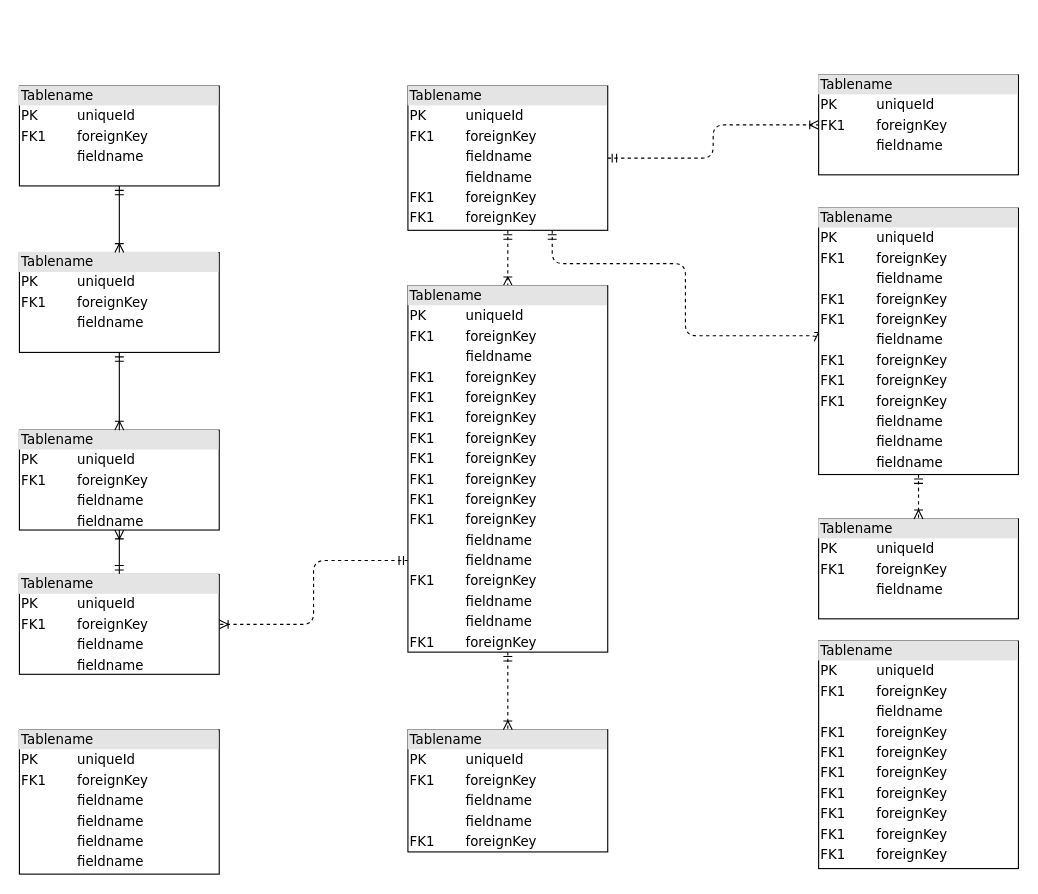
The draw.io diagram Untitled Diagram.drawio in Spirit412/crm_pprint, before the edit. Source tidied: cells renumbered, new cells numbered last; positions are measured from the earlier drawing's top-left corner, leaving out a move shared by most shapes. Both pictures are drawn from the tidied source at 111%, with x=0, y=0 at pixel (19, 74).
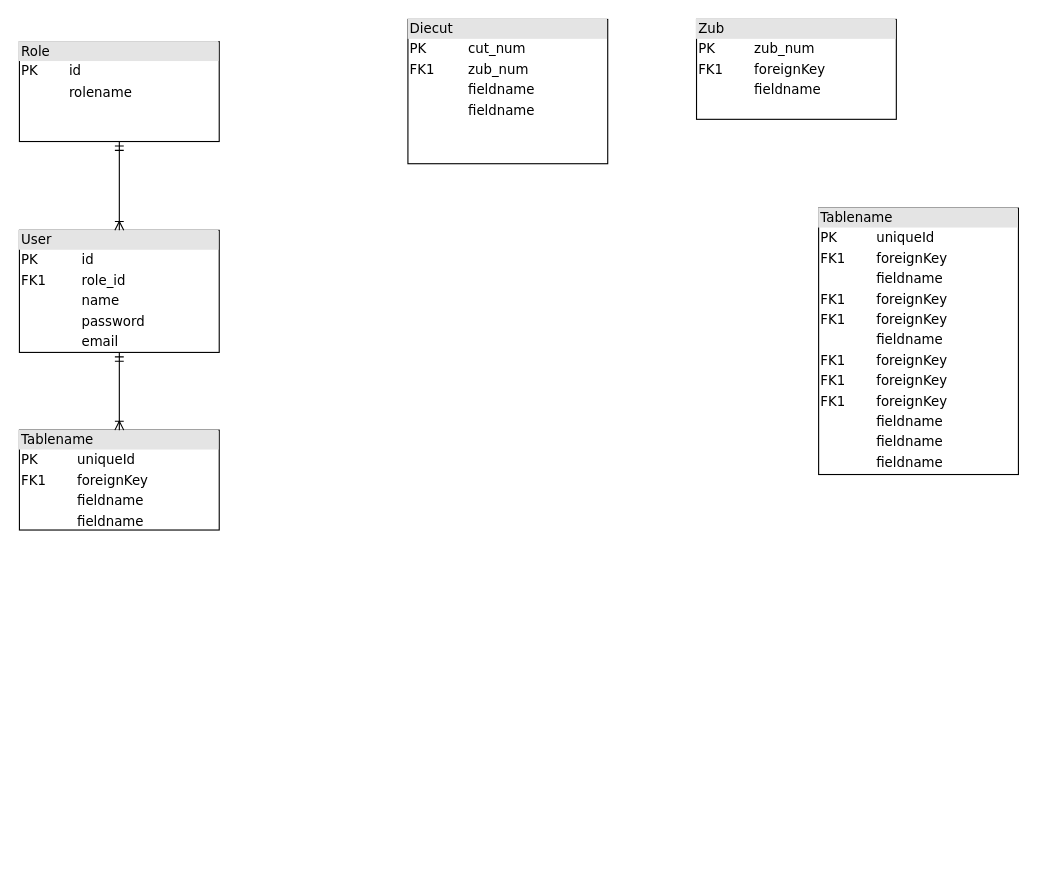
Above is the later version.

The change refers to these unchanged cells:
```xml
<mxCell id="10" value="&lt;div style=&quot;box-sizing: border-box ; width: 100% ; background: #e4e4e4 ; padding: 2px&quot;&gt;Tablename&lt;/div&gt;&lt;table style=&quot;width: 100% ; font-size: 1em&quot; cellpadding=&quot;2&quot; cellspacing=&quot;0&quot;&gt;&lt;tbody&gt;&lt;tr&gt;&lt;td&gt;PK&lt;/td&gt;&lt;td&gt;uniqueId&lt;/td&gt;&lt;/tr&gt;&lt;tr&gt;&lt;td&gt;FK1&lt;/td&gt;&lt;td&gt;foreignKey&lt;/td&gt;&lt;/tr&gt;&lt;tr&gt;&lt;td&gt;&lt;/td&gt;&lt;td&gt;fieldname&lt;/td&gt;&lt;/tr&gt;&lt;tr&gt;&lt;td&gt;&lt;br&gt;&lt;/td&gt;&lt;td&gt;fieldname&lt;br&gt;&lt;/td&gt;&lt;/tr&gt;&lt;/tbody&gt;&lt;/table&gt;" style="verticalAlign=top;align=left;overflow=fill;html=1;rounded=0;shadow=0;comic=0;labelBackgroundColor=none;strokeWidth=1;fontFamily=Verdana;fontSize=12;" parent="1" vertex="1">
  <mxGeometry y="320" width="180" height="90" as="geometry" />
</mxCell>
<mxCell id="19" value="&lt;div style=&quot;box-sizing: border-box ; width: 100% ; background: #e4e4e4 ; padding: 2px&quot;&gt;Tablename&lt;/div&gt;&lt;table style=&quot;width: 100% ; font-size: 1em&quot; cellpadding=&quot;2&quot; cellspacing=&quot;0&quot;&gt;&lt;tbody&gt;&lt;tr&gt;&lt;td&gt;PK&lt;/td&gt;&lt;td&gt;uniqueId&lt;/td&gt;&lt;/tr&gt;&lt;tr&gt;&lt;td&gt;FK1&lt;/td&gt;&lt;td&gt;foreignKey&lt;/td&gt;&lt;/tr&gt;&lt;tr&gt;&lt;td&gt;&lt;/td&gt;&lt;td&gt;fieldname&lt;/td&gt;&lt;/tr&gt;&lt;tr&gt;&lt;td&gt;FK1&lt;br&gt;&lt;/td&gt;&lt;td&gt;foreignKey&lt;br&gt;&lt;/td&gt;&lt;/tr&gt;&lt;tr&gt;&lt;td&gt;FK1&lt;br&gt;&lt;/td&gt;&lt;td&gt;foreignKey&lt;br&gt;&lt;/td&gt;&lt;/tr&gt;&lt;tr&gt;&lt;td&gt;&lt;br&gt;&lt;/td&gt;&lt;td&gt;fieldname&lt;br&gt;&lt;/td&gt;&lt;/tr&gt;&lt;tr&gt;&lt;td&gt;FK1&lt;br&gt;&lt;/td&gt;&lt;td&gt;foreignKey&lt;br&gt;&lt;/td&gt;&lt;/tr&gt;&lt;tr&gt;&lt;td&gt;FK1&lt;br&gt;&lt;/td&gt;&lt;td&gt;foreignKey&lt;br&gt;&lt;/td&gt;&lt;/tr&gt;&lt;tr&gt;&lt;td&gt;FK1&lt;br&gt;&lt;/td&gt;&lt;td&gt;foreignKey&lt;br&gt;&lt;/td&gt;&lt;/tr&gt;&lt;tr&gt;&lt;td&gt;&lt;br&gt;&lt;/td&gt;&lt;td&gt;fieldname&lt;br&gt;&lt;/td&gt;&lt;/tr&gt;&lt;tr&gt;&lt;td&gt;&lt;br&gt;&lt;/td&gt;&lt;td&gt;fieldname&lt;br&gt;&lt;/td&gt;&lt;/tr&gt;&lt;tr&gt;&lt;td&gt;&lt;br&gt;&lt;/td&gt;&lt;td&gt;fieldname&lt;br&gt;&lt;/td&gt;&lt;/tr&gt;&lt;/tbody&gt;&lt;/table&gt;" style="verticalAlign=top;align=left;overflow=fill;html=1;rounded=0;shadow=0;comic=0;labelBackgroundColor=none;strokeWidth=1;fontFamily=Verdana;fontSize=12;" parent="1" vertex="1">
  <mxGeometry x="720" y="120" width="180" height="240" as="geometry" />
</mxCell>
```

What changed in the source:
```diff
@@
-    <mxCell id="2" value="&lt;div style=&quot;box-sizing:border-box;width:100%;background:#e4e4e4;padding:2px;&quot;&gt;Tablename&lt;/div&gt;&lt;table style=&quot;width:100%;font-size:1em;&quot; cellpadding=&quot;2&quot; cellspacing=&quot;0&quot;&gt;&lt;tr&gt;&lt;td&gt;PK&lt;/td&gt;&lt;td&gt;uniqueId&lt;/td&gt;&lt;/tr&gt;&lt;tr&gt;&lt;td&gt;FK1&lt;/td&gt;&lt;td&gt;foreignKey&lt;/td&gt;&lt;/tr&gt;&lt;tr&gt;&lt;td&gt;&lt;/td&gt;&lt;td&gt;fieldname&lt;/td&gt;&lt;/tr&gt;&lt;/table&gt;" style="verticalAlign=top;align=left;overflow=fill;html=1;rounded=0;shadow=0;comic=0;labelBackgroundColor=none;strokeWidth=1;fontFamily=Verdana;fontSize=12;" parent="1" vertex="1">
-      <mxGeometry y="10" width="180" height="90" as="geometry" />
+    <mxCell id="2" value="&lt;div style=&quot;box-sizing: border-box ; width: 100% ; background: #e4e4e4 ; padding: 2px&quot;&gt;Role&lt;/div&gt;&lt;table style=&quot;width: 100% ; font-size: 1em&quot; cellpadding=&quot;2&quot; cellspacing=&quot;0&quot;&gt;&lt;tbody&gt;&lt;tr&gt;&lt;td&gt;PK&lt;/td&gt;&lt;td&gt;id&lt;/td&gt;&lt;/tr&gt;&lt;tr&gt;&lt;td&gt;&lt;/td&gt;&lt;td&gt;rolename&lt;/td&gt;&lt;/tr&gt;&lt;/tbody&gt;&lt;/table&gt;" style="verticalAlign=top;align=left;overflow=fill;html=1;rounded=0;shadow=0;comic=0;labelBackgroundColor=none;strokeWidth=1;fontFamily=Verdana;fontSize=12;" parent="1" vertex="1">
+      <mxGeometry y="-30" width="180" height="90" as="geometry" />
     </mxCell>
-    <mxCell id="3" style="edgeStyle=orthogonalEdgeStyle;html=1;entryX=0.5;entryY=0;dashed=1;labelBackgroundColor=none;startArrow=ERmandOne;endArrow=ERoneToMany;fontFamily=Verdana;fontSize=12;align=left;" parent="1" edge="1" source="6" target="16">
-      <mxGeometry relative="1" as="geometry" />
-    </mxCell>
-    <mxCell id="4" style="edgeStyle=orthogonalEdgeStyle;html=1;dashed=1;labelBackgroundColor=none;startArrow=ERmandOne;endArrow=ERoneToMany;fontFamily=Verdana;fontSize=12;align=left;entryX=0;entryY=0.5;" parent="1" edge="1" source="6" target="19">
-      <mxGeometry relative="1" as="geometry">
-        <Array as="points">
-          <mxPoint x="480" y="170" />
-          <mxPoint x="600" y="170" />
-          <mxPoint x="600" y="235" />
-        </Array>
-      </mxGeometry>
-    </mxCell>
-    <mxCell id="5" style="edgeStyle=orthogonalEdgeStyle;html=1;dashed=1;labelBackgroundColor=none;startArrow=ERmandOne;endArrow=ERoneToMany;fontFamily=Verdana;fontSize=12;align=left;" parent="1" edge="1" source="6" target="20">
-      <mxGeometry relative="1" as="geometry" />
-    </mxCell>
-    <mxCell id="6" value="&lt;div style=&quot;box-sizing: border-box ; width: 100% ; background: #e4e4e4 ; padding: 2px&quot;&gt;Tablename&lt;/div&gt;&lt;table style=&quot;width: 100% ; font-size: 1em&quot; cellpadding=&quot;2&quot; cellspacing=&quot;0&quot;&gt;&lt;tbody&gt;&lt;tr&gt;&lt;td&gt;PK&lt;/td&gt;&lt;td&gt;uniqueId&lt;/td&gt;&lt;/tr&gt;&lt;tr&gt;&lt;td&gt;FK1&lt;/td&gt;&lt;td&gt;foreignKey&lt;/td&gt;&lt;/tr&gt;&lt;tr&gt;&lt;td&gt;&lt;/td&gt;&lt;td&gt;fieldname&lt;/td&gt;&lt;/tr&gt;&lt;tr&gt;&lt;td&gt;&lt;br&gt;&lt;/td&gt;&lt;td&gt;fieldname&lt;br&gt;&lt;/td&gt;&lt;/tr&gt;&lt;tr&gt;&lt;td&gt;FK1&lt;br&gt;&lt;/td&gt;&lt;td&gt;foreignKey&lt;br&gt;&lt;/td&gt;&lt;/tr&gt;&lt;tr&gt;&lt;td&gt;FK1&lt;br&gt;&lt;/td&gt;&lt;td&gt;foreignKey&lt;br&gt;&lt;/td&gt;&lt;/tr&gt;&lt;/tbody&gt;&lt;/table&gt;" style="verticalAlign=top;align=left;overflow=fill;html=1;rounded=0;shadow=0;comic=0;labelBackgroundColor=none;strokeWidth=1;fontFamily=Verdana;fontSize=12;" parent="1" vertex="1">
-      <mxGeometry x="350" y="10" width="180" height="130" as="geometry" />
+    <mxCell id="6" value="&lt;div style=&quot;box-sizing: border-box ; width: 100% ; background: #e4e4e4 ; padding: 2px&quot;&gt;Diecut&lt;/div&gt;&lt;table style=&quot;width: 100% ; font-size: 1em&quot; cellpadding=&quot;2&quot; cellspacing=&quot;0&quot;&gt;&lt;tbody&gt;&lt;tr&gt;&lt;td&gt;PK&lt;/td&gt;&lt;td&gt;cut_num&lt;/td&gt;&lt;/tr&gt;&lt;tr&gt;&lt;td&gt;FK1&lt;/td&gt;&lt;td&gt;zub_num&lt;/td&gt;&lt;/tr&gt;&lt;tr&gt;&lt;td&gt;&lt;/td&gt;&lt;td&gt;fieldname&lt;/td&gt;&lt;/tr&gt;&lt;tr&gt;&lt;td&gt;&lt;br&gt;&lt;/td&gt;&lt;td&gt;fieldname&lt;br&gt;&lt;/td&gt;&lt;/tr&gt;&lt;tr&gt;&lt;td&gt;&lt;br&gt;&lt;/td&gt;&lt;td&gt;&lt;br&gt;&lt;/td&gt;&lt;/tr&gt;&lt;tr&gt;&lt;td&gt;&lt;br&gt;&lt;/td&gt;&lt;td&gt;&lt;br&gt;&lt;/td&gt;&lt;/tr&gt;&lt;/tbody&gt;&lt;/table&gt;" style="verticalAlign=top;align=left;overflow=fill;html=1;rounded=0;shadow=0;comic=0;labelBackgroundColor=none;strokeWidth=1;fontFamily=Verdana;fontSize=12;" parent="1" vertex="1">
+      <mxGeometry x="350" y="-50" width="180" height="130" as="geometry" />
     </mxCell>
-    <mxCell id="7" style="edgeStyle=orthogonalEdgeStyle;html=1;labelBackgroundColor=none;startArrow=ERmandOne;endArrow=ERoneToMany;fontFamily=Verdana;fontSize=12;align=left;" parent="1" edge="1" source="9" target="10">
-      <mxGeometry relative="1" as="geometry" />
-    </mxCell>
-    <mxCell id="8" style="edgeStyle=orthogonalEdgeStyle;html=1;exitX=0;exitY=0.75;entryX=1;entryY=0.5;dashed=1;labelBackgroundColor=none;startArrow=ERmandOne;endArrow=ERoneToMany;fontFamily=Verdana;fontSize=12;align=left;" parent="1" edge="1" source="16" target="9">
-      <mxGeometry relative="1" as="geometry" />
-    </mxCell>
-    <mxCell id="9" value="&lt;div style=&quot;box-sizing: border-box ; width: 100% ; background: #e4e4e4 ; padding: 2px&quot;&gt;Tablename&lt;/div&gt;&lt;table style=&quot;width: 100% ; font-size: 1em&quot; cellpadding=&quot;2&quot; cellspacing=&quot;0&quot;&gt;&lt;tbody&gt;&lt;tr&gt;&lt;td&gt;PK&lt;/td&gt;&lt;td&gt;uniqueId&lt;/td&gt;&lt;/tr&gt;&lt;tr&gt;&lt;td&gt;FK1&lt;/td&gt;&lt;td&gt;foreignKey&lt;/td&gt;&lt;/tr&gt;&lt;tr&gt;&lt;td&gt;&lt;/td&gt;&lt;td&gt;fieldname&lt;/td&gt;&lt;/tr&gt;&lt;tr&gt;&lt;td&gt;&lt;br&gt;&lt;/td&gt;&lt;td&gt;fieldname&lt;br&gt;&lt;/td&gt;&lt;/tr&gt;&lt;/tbody&gt;&lt;/table&gt;" style="verticalAlign=top;align=left;overflow=fill;html=1;rounded=0;shadow=0;comic=0;labelBackgroundColor=none;strokeWidth=1;fontFamily=Verdana;fontSize=12;" parent="1" vertex="1">
-      <mxGeometry y="450" width="180" height="90" as="geometry" />
-    </mxCell>
@@
-    <mxCell id="12" value="&lt;div style=&quot;box-sizing:border-box;width:100%;background:#e4e4e4;padding:2px;&quot;&gt;Tablename&lt;/div&gt;&lt;table style=&quot;width:100%;font-size:1em;&quot; cellpadding=&quot;2&quot; cellspacing=&quot;0&quot;&gt;&lt;tr&gt;&lt;td&gt;PK&lt;/td&gt;&lt;td&gt;uniqueId&lt;/td&gt;&lt;/tr&gt;&lt;tr&gt;&lt;td&gt;FK1&lt;/td&gt;&lt;td&gt;foreignKey&lt;/td&gt;&lt;/tr&gt;&lt;tr&gt;&lt;td&gt;&lt;/td&gt;&lt;td&gt;fieldname&lt;/td&gt;&lt;/tr&gt;&lt;/table&gt;" style="verticalAlign=top;align=left;overflow=fill;html=1;rounded=0;shadow=0;comic=0;labelBackgroundColor=none;strokeWidth=1;fontFamily=Verdana;fontSize=12;" parent="1" vertex="1">
-      <mxGeometry y="160" width="180" height="90" as="geometry" />
+    <mxCell id="12" value="&lt;div style=&quot;box-sizing: border-box ; width: 100% ; background: #e4e4e4 ; padding: 2px&quot;&gt;User&lt;/div&gt;&lt;table style=&quot;width: 100% ; font-size: 1em&quot; cellpadding=&quot;2&quot; cellspacing=&quot;0&quot;&gt;&lt;tbody&gt;&lt;tr&gt;&lt;td&gt;PK&lt;/td&gt;&lt;td&gt;id&lt;/td&gt;&lt;/tr&gt;&lt;tr&gt;&lt;td&gt;FK1&lt;/td&gt;&lt;td&gt;role_id&lt;/td&gt;&lt;/tr&gt;&lt;tr&gt;&lt;td&gt;&lt;/td&gt;&lt;td&gt;name&lt;/td&gt;&lt;/tr&gt;&lt;tr&gt;&lt;td&gt;&lt;br&gt;&lt;/td&gt;&lt;td&gt;password&lt;br&gt;&lt;/td&gt;&lt;/tr&gt;&lt;tr&gt;&lt;td&gt;&lt;br&gt;&lt;/td&gt;&lt;td&gt;email&lt;/td&gt;&lt;/tr&gt;&lt;/tbody&gt;&lt;/table&gt;" style="verticalAlign=top;align=left;overflow=fill;html=1;rounded=0;shadow=0;comic=0;labelBackgroundColor=none;strokeWidth=1;fontFamily=Verdana;fontSize=12;" parent="1" vertex="1">
+      <mxGeometry y="140" width="180" height="110" as="geometry" />
     </mxCell>
-    <mxCell id="13" value="&lt;div style=&quot;box-sizing: border-box ; width: 100% ; background: #e4e4e4 ; padding: 2px&quot;&gt;Tablename&lt;/div&gt;&lt;table style=&quot;width: 100% ; font-size: 1em&quot; cellpadding=&quot;2&quot; cellspacing=&quot;0&quot;&gt;&lt;tbody&gt;&lt;tr&gt;&lt;td&gt;PK&lt;/td&gt;&lt;td&gt;uniqueId&lt;/td&gt;&lt;/tr&gt;&lt;tr&gt;&lt;td&gt;FK1&lt;/td&gt;&lt;td&gt;foreignKey&lt;/td&gt;&lt;/tr&gt;&lt;tr&gt;&lt;td&gt;&lt;/td&gt;&lt;td&gt;fieldname&lt;/td&gt;&lt;/tr&gt;&lt;tr&gt;&lt;td&gt;FK1&lt;br&gt;&lt;/td&gt;&lt;td&gt;foreignKey&lt;br&gt;&lt;/td&gt;&lt;/tr&gt;&lt;tr&gt;&lt;td&gt;FK1&lt;br&gt;&lt;/td&gt;&lt;td&gt;foreignKey&lt;br&gt;&lt;/td&gt;&lt;/tr&gt;&lt;tr&gt;&lt;td&gt;FK1&lt;br&gt;&lt;/td&gt;&lt;td&gt;foreignKey&lt;br&gt;&lt;/td&gt;&lt;/tr&gt;&lt;tr&gt;&lt;td&gt;FK1&lt;br&gt;&lt;/td&gt;&lt;td&gt;foreignKey&lt;br&gt;&lt;/td&gt;&lt;/tr&gt;&lt;tr&gt;&lt;td&gt;FK1&lt;br&gt;&lt;/td&gt;&lt;td&gt;foreignKey&lt;br&gt;&lt;/td&gt;&lt;/tr&gt;&lt;tr&gt;&lt;td&gt;FK1&lt;br&gt;&lt;/td&gt;&lt;td&gt;foreignKey&lt;br&gt;&lt;/td&gt;&lt;/tr&gt;&lt;tr&gt;&lt;td&gt;FK1&lt;br&gt;&lt;/td&gt;&lt;td&gt;foreignKey&lt;br&gt;&lt;/td&gt;&lt;/tr&gt;&lt;/tbody&gt;&lt;/table&gt;" style="verticalAlign=top;align=left;overflow=fill;html=1;rounded=0;shadow=0;comic=0;labelBackgroundColor=none;strokeWidth=1;fontFamily=Verdana;fontSize=12;" parent="1" vertex="1">
-      <mxGeometry x="720" y="510" width="180" height="205" as="geometry" />
-    </mxCell>
-    <mxCell id="14" value="&lt;div style=&quot;box-sizing: border-box ; width: 100% ; background: #e4e4e4 ; padding: 2px&quot;&gt;Tablename&lt;/div&gt;&lt;table style=&quot;width: 100% ; font-size: 1em&quot; cellpadding=&quot;2&quot; cellspacing=&quot;0&quot;&gt;&lt;tbody&gt;&lt;tr&gt;&lt;td&gt;PK&lt;/td&gt;&lt;td&gt;uniqueId&lt;/td&gt;&lt;/tr&gt;&lt;tr&gt;&lt;td&gt;FK1&lt;/td&gt;&lt;td&gt;foreignKey&lt;/td&gt;&lt;/tr&gt;&lt;tr&gt;&lt;td&gt;&lt;/td&gt;&lt;td&gt;fieldname&lt;/td&gt;&lt;/tr&gt;&lt;tr&gt;&lt;td&gt;&lt;br&gt;&lt;/td&gt;&lt;td&gt;fieldname&lt;br&gt;&lt;/td&gt;&lt;/tr&gt;&lt;tr&gt;&lt;td&gt;FK1&lt;br&gt;&lt;/td&gt;&lt;td&gt;foreignKey&lt;br&gt;&lt;/td&gt;&lt;/tr&gt;&lt;/tbody&gt;&lt;/table&gt;" style="verticalAlign=top;align=left;overflow=fill;html=1;rounded=0;shadow=0;comic=0;labelBackgroundColor=none;strokeWidth=1;fontFamily=Verdana;fontSize=12;" parent="1" vertex="1">
-      <mxGeometry x="350" y="590" width="180" height="110" as="geometry" />
-    </mxCell>
-    <mxCell id="15" style="edgeStyle=orthogonalEdgeStyle;html=1;entryX=0.5;entryY=0;labelBackgroundColor=none;startArrow=ERmandOne;endArrow=ERoneToMany;fontFamily=Verdana;fontSize=12;align=left;dashed=1;" parent="1" edge="1" source="16" target="14">
-      <mxGeometry relative="1" as="geometry" />
-    </mxCell>
-    <mxCell id="16" value="&lt;div style=&quot;box-sizing: border-box ; width: 100% ; background: #e4e4e4 ; padding: 2px&quot;&gt;Tablename&lt;/div&gt;&lt;table style=&quot;width: 100% ; font-size: 1em&quot; cellpadding=&quot;2&quot; cellspacing=&quot;0&quot;&gt;&lt;tbody&gt;&lt;tr&gt;&lt;td&gt;PK&lt;/td&gt;&lt;td&gt;uniqueId&lt;/td&gt;&lt;/tr&gt;&lt;tr&gt;&lt;td&gt;FK1&lt;/td&gt;&lt;td&gt;foreignKey&lt;/td&gt;&lt;/tr&gt;&lt;tr&gt;&lt;td&gt;&lt;/td&gt;&lt;td&gt;fieldname&lt;/td&gt;&lt;/tr&gt;&lt;tr&gt;&lt;td&gt;FK1&lt;br&gt;&lt;/td&gt;&lt;td&gt;foreignKey&lt;br&gt;&lt;/td&gt;&lt;/tr&gt;&lt;tr&gt;&lt;td&gt;FK1&lt;br&gt;&lt;/td&gt;&lt;td&gt;foreignKey&lt;br&gt;&lt;/td&gt;&lt;/tr&gt;&lt;tr&gt;&lt;td&gt;FK1&lt;br&gt;&lt;/td&gt;&lt;td&gt;foreignKey&lt;br&gt;&lt;/td&gt;&lt;/tr&gt;&lt;tr&gt;&lt;td&gt;FK1&lt;br&gt;&lt;/td&gt;&lt;td&gt;foreignKey&lt;br&gt;&lt;/td&gt;&lt;/tr&gt;&lt;tr&gt;&lt;td&gt;FK1&lt;br&gt;&lt;/td&gt;&lt;td&gt;foreignKey&lt;br&gt;&lt;/td&gt;&lt;/tr&gt;&lt;tr&gt;&lt;td&gt;FK1&lt;br&gt;&lt;/td&gt;&lt;td&gt;foreignKey&lt;br&gt;&lt;/td&gt;&lt;/tr&gt;&lt;tr&gt;&lt;td&gt;FK1&lt;br&gt;&lt;/td&gt;&lt;td&gt;foreignKey&lt;br&gt;&lt;/td&gt;&lt;/tr&gt;&lt;tr&gt;&lt;td&gt;FK1&lt;br&gt;&lt;/td&gt;&lt;td&gt;foreignKey&lt;br&gt;&lt;/td&gt;&lt;/tr&gt;&lt;tr&gt;&lt;td&gt;&lt;br&gt;&lt;/td&gt;&lt;td&gt;fieldname&lt;br&gt;&lt;/td&gt;&lt;/tr&gt;&lt;tr&gt;&lt;td&gt;&lt;br&gt;&lt;/td&gt;&lt;td&gt;fieldname&lt;br&gt;&lt;/td&gt;&lt;/tr&gt;&lt;tr&gt;&lt;td&gt;FK1&lt;br&gt;&lt;/td&gt;&lt;td&gt;foreignKey&lt;br&gt;&lt;/td&gt;&lt;/tr&gt;&lt;tr&gt;&lt;td&gt;&lt;br&gt;&lt;/td&gt;&lt;td&gt;fieldname&lt;br&gt;&lt;/td&gt;&lt;/tr&gt;&lt;tr&gt;&lt;td&gt;&lt;br&gt;&lt;/td&gt;&lt;td&gt;fieldname&lt;br&gt;&lt;/td&gt;&lt;/tr&gt;&lt;tr&gt;&lt;td&gt;FK1&lt;br&gt;&lt;/td&gt;&lt;td&gt;foreignKey&lt;br&gt;&lt;/td&gt;&lt;/tr&gt;&lt;/tbody&gt;&lt;/table&gt;" style="verticalAlign=top;align=left;overflow=fill;html=1;rounded=0;shadow=0;comic=0;labelBackgroundColor=none;strokeWidth=1;fontFamily=Verdana;fontSize=12;" parent="1" vertex="1">
-      <mxGeometry x="350" y="190" width="180" height="330" as="geometry" />
-    </mxCell>
-    <mxCell id="17" value="&lt;div style=&quot;box-sizing:border-box;width:100%;background:#e4e4e4;padding:2px;&quot;&gt;Tablename&lt;/div&gt;&lt;table style=&quot;width:100%;font-size:1em;&quot; cellpadding=&quot;2&quot; cellspacing=&quot;0&quot;&gt;&lt;tr&gt;&lt;td&gt;PK&lt;/td&gt;&lt;td&gt;uniqueId&lt;/td&gt;&lt;/tr&gt;&lt;tr&gt;&lt;td&gt;FK1&lt;/td&gt;&lt;td&gt;foreignKey&lt;/td&gt;&lt;/tr&gt;&lt;tr&gt;&lt;td&gt;&lt;/td&gt;&lt;td&gt;fieldname&lt;/td&gt;&lt;/tr&gt;&lt;/table&gt;" style="verticalAlign=top;align=left;overflow=fill;html=1;rounded=0;shadow=0;comic=0;labelBackgroundColor=none;strokeWidth=1;fontFamily=Verdana;fontSize=12;" parent="1" vertex="1">
-      <mxGeometry x="720" y="400" width="180" height="90" as="geometry" />
-    </mxCell>
-    <mxCell id="18" style="edgeStyle=orthogonalEdgeStyle;html=1;entryX=0.5;entryY=0;dashed=1;labelBackgroundColor=none;startArrow=ERmandOne;endArrow=ERoneToMany;fontFamily=Verdana;fontSize=12;align=left;" parent="1" edge="1" source="19" target="17">
-      <mxGeometry relative="1" as="geometry" />
-    </mxCell>
@@
-    <mxCell id="20" value="&lt;div style=&quot;box-sizing:border-box;width:100%;background:#e4e4e4;padding:2px;&quot;&gt;Tablename&lt;/div&gt;&lt;table style=&quot;width:100%;font-size:1em;&quot; cellpadding=&quot;2&quot; cellspacing=&quot;0&quot;&gt;&lt;tr&gt;&lt;td&gt;PK&lt;/td&gt;&lt;td&gt;uniqueId&lt;/td&gt;&lt;/tr&gt;&lt;tr&gt;&lt;td&gt;FK1&lt;/td&gt;&lt;td&gt;foreignKey&lt;/td&gt;&lt;/tr&gt;&lt;tr&gt;&lt;td&gt;&lt;/td&gt;&lt;td&gt;fieldname&lt;/td&gt;&lt;/tr&gt;&lt;/table&gt;" style="verticalAlign=top;align=left;overflow=fill;html=1;rounded=0;shadow=0;comic=0;labelBackgroundColor=none;strokeWidth=1;fontFamily=Verdana;fontSize=12;" parent="1" vertex="1">
-      <mxGeometry x="720" width="180" height="90" as="geometry" />
+    <mxCell id="20" value="&lt;div style=&quot;box-sizing: border-box ; width: 100% ; background: #e4e4e4 ; padding: 2px&quot;&gt;Zub&lt;/div&gt;&lt;table style=&quot;width: 100% ; font-size: 1em&quot; cellpadding=&quot;2&quot; cellspacing=&quot;0&quot;&gt;&lt;tbody&gt;&lt;tr&gt;&lt;td&gt;PK&lt;/td&gt;&lt;td&gt;zub_num&lt;/td&gt;&lt;/tr&gt;&lt;tr&gt;&lt;td&gt;FK1&lt;/td&gt;&lt;td&gt;foreignKey&lt;/td&gt;&lt;/tr&gt;&lt;tr&gt;&lt;td&gt;&lt;/td&gt;&lt;td&gt;fieldname&lt;/td&gt;&lt;/tr&gt;&lt;/tbody&gt;&lt;/table&gt;" style="verticalAlign=top;align=left;overflow=fill;html=1;rounded=0;shadow=0;comic=0;labelBackgroundColor=none;strokeWidth=1;fontFamily=Verdana;fontSize=12;" parent="1" vertex="1">
+      <mxGeometry x="610" y="-50" width="180" height="90" as="geometry" />
     </mxCell>
-    <mxCell id="21" value="&lt;div style=&quot;box-sizing: border-box ; width: 100% ; background: #e4e4e4 ; padding: 2px&quot;&gt;Tablename&lt;/div&gt;&lt;table style=&quot;width: 100% ; font-size: 1em&quot; cellpadding=&quot;2&quot; cellspacing=&quot;0&quot;&gt;&lt;tbody&gt;&lt;tr&gt;&lt;td&gt;PK&lt;/td&gt;&lt;td&gt;uniqueId&lt;/td&gt;&lt;/tr&gt;&lt;tr&gt;&lt;td&gt;FK1&lt;/td&gt;&lt;td&gt;foreignKey&lt;/td&gt;&lt;/tr&gt;&lt;tr&gt;&lt;td&gt;&lt;/td&gt;&lt;td&gt;fieldname&lt;/td&gt;&lt;/tr&gt;&lt;tr&gt;&lt;td&gt;&lt;br&gt;&lt;/td&gt;&lt;td&gt;fieldname&lt;br&gt;&lt;/td&gt;&lt;/tr&gt;&lt;tr&gt;&lt;td&gt;&lt;br&gt;&lt;/td&gt;&lt;td&gt;fieldname&lt;br&gt;&lt;/td&gt;&lt;/tr&gt;&lt;tr&gt;&lt;td&gt;&lt;br&gt;&lt;/td&gt;&lt;td&gt;fieldname&lt;br&gt;&lt;/td&gt;&lt;/tr&gt;&lt;/tbody&gt;&lt;/table&gt;" style="verticalAlign=top;align=left;overflow=fill;html=1;rounded=0;shadow=0;comic=0;labelBackgroundColor=none;strokeWidth=1;fontFamily=Verdana;fontSize=12;" parent="1" vertex="1">
-      <mxGeometry y="590" width="180" height="130" as="geometry" />
-    </mxCell>
```
